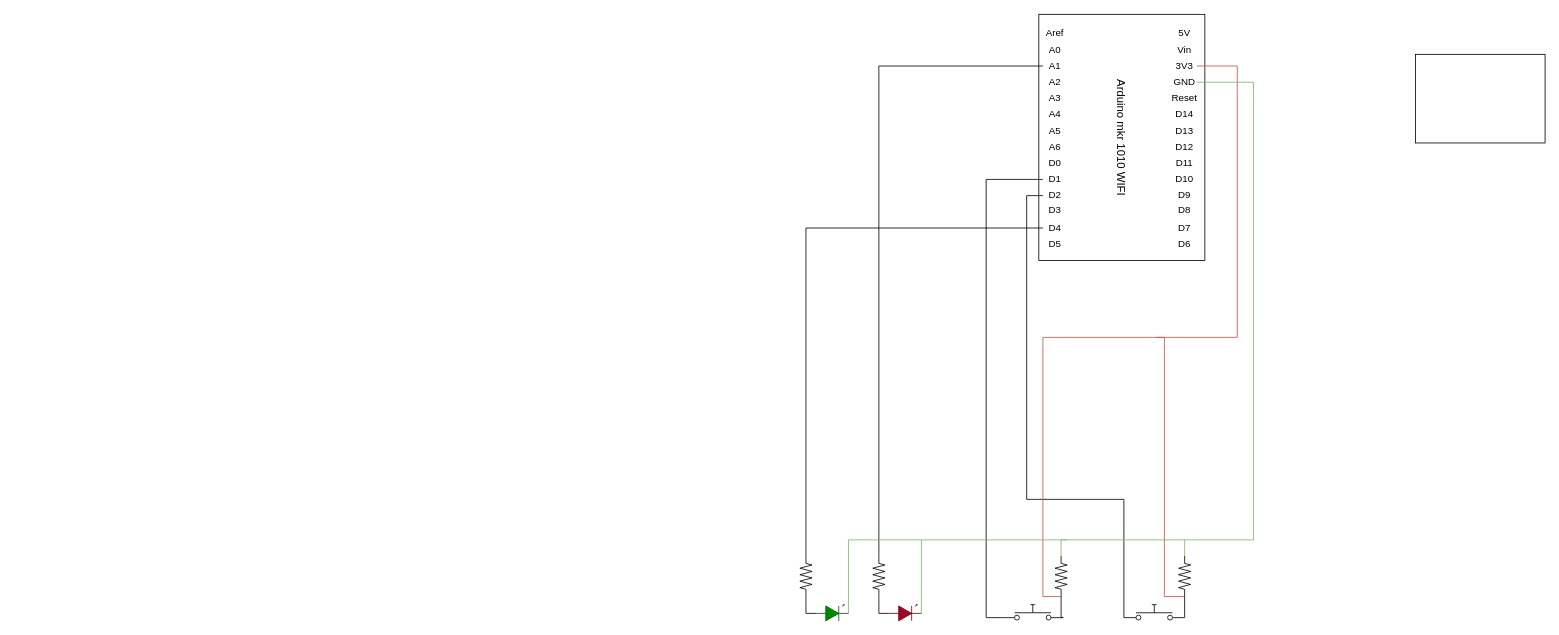
Before: Diagrama sem nome.drawio in Gonram0s/pomodoro, a draw.io diagram. Source tidied: cells renumbered, new cells numbered last; positions are measured from the earlier drawing's top-left corner, leaving out a move shared by most shapes. Both pictures are drawn from the tidied source at 81%, with x=0, y=0 at pixel (799, 29).
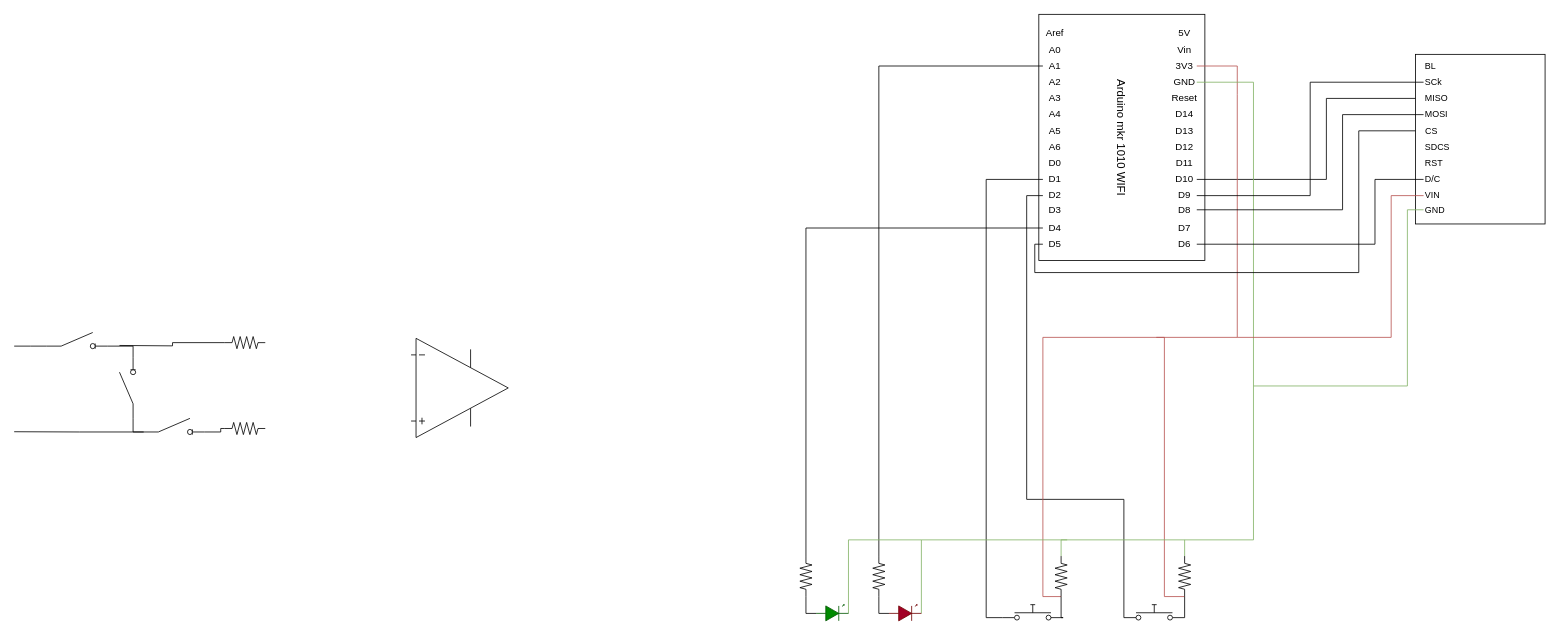
The same diagram, later.

The change refers to these unchanged cells:
```xml
<mxCell id="13" value="D4" style="text;html=1;align=center;verticalAlign=middle;whiteSpace=wrap;rounded=0;" parent="1" vertex="1">
  <mxGeometry x="300" y="240" width="30" height="10" as="geometry" />
</mxCell>
<mxCell id="17" value="D5" style="text;html=1;align=center;verticalAlign=middle;whiteSpace=wrap;rounded=0;" parent="1" vertex="1">
  <mxGeometry x="300" y="260" width="30" height="10" as="geometry" />
</mxCell>
<mxCell id="28" value="D10" style="text;html=1;align=center;verticalAlign=middle;whiteSpace=wrap;rounded=0;" parent="1" vertex="1">
  <mxGeometry x="460" y="180" width="30" height="10" as="geometry" />
</mxCell>
<mxCell id="29" value="D9" style="text;html=1;align=center;verticalAlign=middle;whiteSpace=wrap;rounded=0;" parent="1" vertex="1">
  <mxGeometry x="460" y="200" width="30" height="10" as="geometry" />
</mxCell>
<mxCell id="30" value="D6" style="text;html=1;align=center;verticalAlign=middle;whiteSpace=wrap;rounded=0;" parent="1" vertex="1">
  <mxGeometry x="460" y="260" width="30" height="10" as="geometry" />
</mxCell>
<mxCell id="32" value="D8" style="text;html=1;align=center;verticalAlign=middle;whiteSpace=wrap;rounded=0;" parent="1" vertex="1">
  <mxGeometry x="460" y="217.5" width="30" height="10" as="geometry" />
</mxCell>
<mxCell id="52" style="verticalLabelPosition=bottom;shadow=0;dashed=0;align=center;html=1;verticalAlign=top;shape=mxgraph.electrical.resistors.resistor_2;direction=south;" parent="1" vertex="1">
  <mxGeometry y="650" width="15" height="50" as="geometry" />
</mxCell>
```

What changed in the source:
```diff
@@
+    <mxCell id="55" style="edgeStyle=orthogonalEdgeStyle;rounded=0;jettySize=auto;html=1;exitX=1;exitY=0.5;exitDx=0;exitDy=0;entryX=0;entryY=0.5;entryDx=0;entryDy=0;strokeColor=default;align=center;verticalAlign=middle;fontFamily=Helvetica;fontSize=11;fontColor=default;labelBackgroundColor=default;endArrow=none;endFill=0;" parent="1" edge="1" source="28" target="65">
+      <mxGeometry relative="1" as="geometry">
+        <Array as="points">
+          <mxPoint x="650" y="185" />
+          <mxPoint x="650" y="85" />
+        </Array>
+      </mxGeometry>
+    </mxCell>
@@
     <mxCell id="51" style="edgeStyle=orthogonalEdgeStyle;rounded=0;jettySize=auto;html=1;exitX=0;exitY=0.5;exitDx=0;exitDy=0;exitPerimeter=0;entryX=0;entryY=0.5;entryDx=0;entryDy=0;strokeColor=default;align=center;verticalAlign=middle;fontFamily=Helvetica;fontSize=11;fontColor=default;labelBackgroundColor=default;endArrow=none;endFill=0;" parent="1" edge="1" source="52" target="13">
-      <mxGeometry relative="1" as="geometry" />
+      <mxGeometry relative="1" as="geometry">
+        <Array as="points">
+          <mxPoint x="7" y="245" />
+        </Array>
+      </mxGeometry>
     </mxCell>
@@
-    <mxCell id="54" style="rounded=0;whiteSpace=wrap;html=1;fontFamily=Helvetica;fontSize=11;fontColor=default;labelBackgroundColor=default;" parent="1" vertex="1">
-      <mxGeometry x="760" y="30.6" width="160" height="109.4" as="geometry" />
+    <mxCell id="54" style="rounded=0;whiteSpace=wrap;html=1;fontFamily=Helvetica;fontSize=11;fontColor=default;labelBackgroundColor=default;align=left;" parent="1" vertex="1">
+      <mxGeometry x="760" y="30.6" width="160" height="209.4" as="geometry" />
     </mxCell>
+    <mxCell id="56" value="BL" style="text;html=1;align=left;verticalAlign=middle;whiteSpace=wrap;rounded=0;fontFamily=Helvetica;fontSize=11;fontColor=default;labelBackgroundColor=default;" parent="1" vertex="1">
+      <mxGeometry x="770" y="40" width="40" height="10" as="geometry" />
+    </mxCell>
+    <mxCell id="57" style="edgeStyle=orthogonalEdgeStyle;rounded=0;jettySize=auto;html=1;exitX=0;exitY=0.5;exitDx=0;exitDy=0;entryX=1;entryY=0.5;entryDx=0;entryDy=0;strokeColor=default;align=center;verticalAlign=middle;fontFamily=Helvetica;fontSize=11;fontColor=default;labelBackgroundColor=default;endArrow=none;endFill=0;" parent="1" edge="1" source="58" target="30">
+      <mxGeometry relative="1" as="geometry">
+        <Array as="points">
+          <mxPoint x="710" y="185" />
+          <mxPoint x="710" y="265" />
+        </Array>
+      </mxGeometry>
+    </mxCell>
+    <mxCell id="58" value="D/C" style="text;html=1;align=left;verticalAlign=middle;whiteSpace=wrap;rounded=0;fontFamily=Helvetica;fontSize=11;fontColor=default;labelBackgroundColor=default;" parent="1" vertex="1">
+      <mxGeometry x="770" y="180" width="40" height="10" as="geometry" />
+    </mxCell>
+    <mxCell id="59" style="edgeStyle=orthogonalEdgeStyle;rounded=0;jettySize=auto;html=1;exitX=0;exitY=0.5;exitDx=0;exitDy=0;entryX=0;entryY=0.5;entryDx=0;entryDy=0;strokeColor=default;align=center;verticalAlign=middle;fontFamily=Helvetica;fontSize=11;fontColor=default;labelBackgroundColor=default;endArrow=none;endFill=0;" parent="1" edge="1" source="60" target="17">
+      <mxGeometry relative="1" as="geometry">
+        <Array as="points">
+          <mxPoint x="690" y="125" />
+          <mxPoint x="690" y="300" />
+          <mxPoint x="290" y="300" />
+          <mxPoint x="290" y="265" />
+        </Array>
+      </mxGeometry>
+    </mxCell>
+    <mxCell id="60" value="CS" style="text;html=1;align=center;verticalAlign=middle;whiteSpace=wrap;rounded=0;fontFamily=Helvetica;fontSize=11;fontColor=default;labelBackgroundColor=default;" parent="1" vertex="1">
+      <mxGeometry x="760" y="120" width="40" height="10" as="geometry" />
+    </mxCell>
+    <mxCell id="61" style="edgeStyle=orthogonalEdgeStyle;rounded=0;jettySize=auto;html=1;exitX=0;exitY=0.5;exitDx=0;exitDy=0;entryX=1;entryY=0.5;entryDx=0;entryDy=0;strokeColor=default;align=center;verticalAlign=middle;fontFamily=Helvetica;fontSize=11;fontColor=default;labelBackgroundColor=default;endArrow=none;endFill=0;" parent="1" edge="1" source="62" target="29">
+      <mxGeometry relative="1" as="geometry" />
+    </mxCell>
+    <mxCell id="62" value="SCk" style="text;html=1;align=left;verticalAlign=middle;whiteSpace=wrap;rounded=0;fontFamily=Helvetica;fontSize=11;fontColor=default;labelBackgroundColor=default;" parent="1" vertex="1">
+      <mxGeometry x="770" y="60" width="40" height="10" as="geometry" />
+    </mxCell>
+    <mxCell id="63" style="edgeStyle=orthogonalEdgeStyle;rounded=0;jettySize=auto;html=1;exitX=0;exitY=0.5;exitDx=0;exitDy=0;strokeColor=#b85450;align=center;verticalAlign=middle;fontFamily=Helvetica;fontSize=11;fontColor=default;labelBackgroundColor=default;endArrow=none;endFill=0;fillColor=#f8cecc;" parent="1" edge="1" source="64">
+      <mxGeometry relative="1" as="geometry">
+        <mxPoint x="540" y="380" as="targetPoint" />
+        <Array as="points">
+          <mxPoint x="730" y="205" />
+          <mxPoint x="730" y="380" />
+        </Array>
+      </mxGeometry>
+    </mxCell>
+    <mxCell id="64" value="VIN" style="text;html=1;align=left;verticalAlign=middle;whiteSpace=wrap;rounded=0;fontFamily=Helvetica;fontSize=11;fontColor=default;labelBackgroundColor=default;" parent="1" vertex="1">
+      <mxGeometry x="770" y="200" width="40" height="10" as="geometry" />
+    </mxCell>
+    <mxCell id="65" value="MISO" style="text;html=1;align=left;verticalAlign=middle;whiteSpace=wrap;rounded=0;fontFamily=Helvetica;fontSize=11;fontColor=default;labelBackgroundColor=default;" parent="1" vertex="1">
+      <mxGeometry x="770" y="80" width="40" height="10" as="geometry" />
+    </mxCell>
+    <mxCell id="66" style="edgeStyle=orthogonalEdgeStyle;rounded=0;jettySize=auto;html=1;exitX=0;exitY=0.5;exitDx=0;exitDy=0;strokeColor=#82b366;align=center;verticalAlign=middle;fontFamily=Helvetica;fontSize=11;fontColor=default;labelBackgroundColor=default;endArrow=none;endFill=0;fillColor=#d5e8d4;" parent="1" edge="1" source="67">
+      <mxGeometry relative="1" as="geometry">
+        <mxPoint x="560" y="440" as="targetPoint" />
+        <Array as="points">
+          <mxPoint x="750" y="223" />
+          <mxPoint x="750" y="440" />
+        </Array>
+      </mxGeometry>
+    </mxCell>
+    <mxCell id="67" value="GND" style="text;html=1;align=left;verticalAlign=middle;whiteSpace=wrap;rounded=0;fontFamily=Helvetica;fontSize=11;fontColor=default;labelBackgroundColor=default;" parent="1" vertex="1">
+      <mxGeometry x="770" y="217.5" width="40" height="10" as="geometry" />
+    </mxCell>
+    <mxCell id="68" style="edgeStyle=orthogonalEdgeStyle;rounded=0;jettySize=auto;html=1;exitX=0;exitY=0.5;exitDx=0;exitDy=0;entryX=1;entryY=0.5;entryDx=0;entryDy=0;strokeColor=default;align=center;verticalAlign=middle;fontFamily=Helvetica;fontSize=11;fontColor=default;labelBackgroundColor=default;endArrow=none;endFill=0;" parent="1" edge="1" source="69" target="32">
+      <mxGeometry relative="1" as="geometry">
+        <Array as="points">
+          <mxPoint x="670" y="105" />
+          <mxPoint x="670" y="223" />
+        </Array>
+      </mxGeometry>
+    </mxCell>
+    <mxCell id="69" value="MOSI" style="text;html=1;align=left;verticalAlign=middle;whiteSpace=wrap;rounded=0;fontFamily=Helvetica;fontSize=11;fontColor=default;labelBackgroundColor=default;" parent="1" vertex="1">
+      <mxGeometry x="770" y="100" width="40" height="10" as="geometry" />
+    </mxCell>
+    <mxCell id="70" value="SDCS" style="text;html=1;align=left;verticalAlign=middle;whiteSpace=wrap;rounded=0;fontFamily=Helvetica;fontSize=11;fontColor=default;labelBackgroundColor=default;" parent="1" vertex="1">
+      <mxGeometry x="770" y="140" width="40" height="10" as="geometry" />
+    </mxCell>
+    <mxCell id="71" value="RST" style="text;html=1;align=left;verticalAlign=middle;whiteSpace=wrap;rounded=0;fontFamily=Helvetica;fontSize=11;fontColor=default;labelBackgroundColor=default;" parent="1" vertex="1">
+      <mxGeometry x="770" y="160" width="40" height="10" as="geometry" />
+    </mxCell>
+    <mxCell id="72" style="edgeStyle=orthogonalEdgeStyle;rounded=0;jettySize=auto;html=1;exitX=1;exitY=0.84;exitDx=0;exitDy=0;entryX=1;entryY=0.84;entryDx=0;entryDy=0;strokeColor=default;align=center;verticalAlign=middle;fontFamily=Helvetica;fontSize=11;fontColor=default;labelBackgroundColor=default;endArrow=none;endFill=0;" parent="1" edge="1" source="74" target="79">
+      <mxGeometry relative="1" as="geometry">
+        <Array as="points">
+          <mxPoint x="-823" y="391" />
+        </Array>
+      </mxGeometry>
+    </mxCell>
+    <mxCell id="73" style="edgeStyle=orthogonalEdgeStyle;rounded=0;jettySize=auto;html=1;exitX=0;exitY=0.84;exitDx=0;exitDy=0;strokeColor=default;align=center;verticalAlign=middle;fontFamily=Helvetica;fontSize=11;fontColor=default;labelBackgroundColor=default;endArrow=none;endFill=0;" parent="1" edge="1" source="74">
+      <mxGeometry relative="1" as="geometry">
+        <mxPoint x="-970" y="390.8" as="targetPoint" />
+      </mxGeometry>
+    </mxCell>
+    <mxCell id="74" style="html=1;shape=mxgraph.electrical.electro-mechanical.switchDisconnector;elSwitchState=off;fontFamily=Helvetica;fontSize=11;fontColor=default;labelBackgroundColor=default;" parent="1" vertex="1">
+      <mxGeometry x="-930" y="374" width="75" height="20" as="geometry" />
+    </mxCell>
+    <mxCell id="75" style="edgeStyle=orthogonalEdgeStyle;rounded=0;jettySize=auto;html=1;exitX=0;exitY=0.84;exitDx=0;exitDy=0;strokeColor=default;align=center;verticalAlign=middle;fontFamily=Helvetica;fontSize=11;fontColor=default;labelBackgroundColor=default;endArrow=none;endFill=0;" parent="1" edge="1" source="77">
+      <mxGeometry relative="1" as="geometry">
+        <mxPoint x="-970" y="496.5" as="targetPoint" />
+      </mxGeometry>
+    </mxCell>
+    <mxCell id="76" style="edgeStyle=orthogonalEdgeStyle;rounded=0;jettySize=auto;html=1;exitX=1;exitY=0.84;exitDx=0;exitDy=0;strokeColor=default;align=center;verticalAlign=middle;fontFamily=Helvetica;fontSize=11;fontColor=default;labelBackgroundColor=default;endArrow=none;endFill=0;" parent="1" edge="1" source="77" target="80">
+      <mxGeometry relative="1" as="geometry" />
+    </mxCell>
+    <mxCell id="77" style="html=1;shape=mxgraph.electrical.electro-mechanical.switchDisconnector;elSwitchState=off;fontFamily=Helvetica;fontSize=11;fontColor=default;labelBackgroundColor=default;" parent="1" vertex="1">
+      <mxGeometry x="-810" y="480" width="75" height="20" as="geometry" />
+    </mxCell>
+    <mxCell id="78" style="edgeStyle=orthogonalEdgeStyle;rounded=0;jettySize=auto;html=1;exitX=0;exitY=0.84;exitDx=0;exitDy=0;entryX=0;entryY=0.84;entryDx=0;entryDy=0;strokeColor=default;align=center;verticalAlign=middle;fontFamily=Helvetica;fontSize=11;fontColor=default;labelBackgroundColor=default;endArrow=none;endFill=0;" parent="1" edge="1" source="79" target="77">
+      <mxGeometry relative="1" as="geometry">
+        <Array as="points">
+          <mxPoint x="-823" y="497" />
+        </Array>
+      </mxGeometry>
+    </mxCell>
+    <mxCell id="79" style="html=1;shape=mxgraph.electrical.electro-mechanical.switchDisconnector;elSwitchState=off;fontFamily=Helvetica;fontSize=11;fontColor=default;labelBackgroundColor=default;direction=north;" parent="1" vertex="1">
+      <mxGeometry x="-840" y="405" width="20" height="75" as="geometry" />
+    </mxCell>
+    <mxCell id="80" style="verticalLabelPosition=bottom;shadow=0;dashed=0;align=center;html=1;verticalAlign=top;shape=mxgraph.electrical.resistors.resistor_2;direction=west;" parent="1" vertex="1">
+      <mxGeometry x="-710" y="485" width="50" height="15" as="geometry" />
+    </mxCell>
+    <mxCell id="81" style="edgeStyle=orthogonalEdgeStyle;rounded=0;jettySize=auto;html=1;exitX=1;exitY=0.5;exitDx=0;exitDy=0;exitPerimeter=0;strokeColor=default;align=center;verticalAlign=middle;fontFamily=Helvetica;fontSize=11;fontColor=default;labelBackgroundColor=default;endArrow=none;endFill=0;" parent="1" edge="1" source="82">
+      <mxGeometry relative="1" as="geometry">
+        <mxPoint x="-840" y="390" as="targetPoint" />
+      </mxGeometry>
+    </mxCell>
+    <mxCell id="82" style="verticalLabelPosition=bottom;shadow=0;dashed=0;align=center;html=1;verticalAlign=top;shape=mxgraph.electrical.resistors.resistor_2;direction=west;" parent="1" vertex="1">
+      <mxGeometry x="-710" y="379" width="50" height="15" as="geometry" />
+    </mxCell>
+    <mxCell id="83" style="verticalLabelPosition=bottom;shadow=0;dashed=0;align=center;html=1;verticalAlign=top;shape=mxgraph.electrical.abstract.operational_amp_1;fontFamily=Helvetica;fontSize=11;fontColor=default;labelBackgroundColor=default;" parent="1" vertex="1">
+      <mxGeometry x="-480" y="381.2" width="120" height="122.5" as="geometry" />
+    </mxCell>
```
